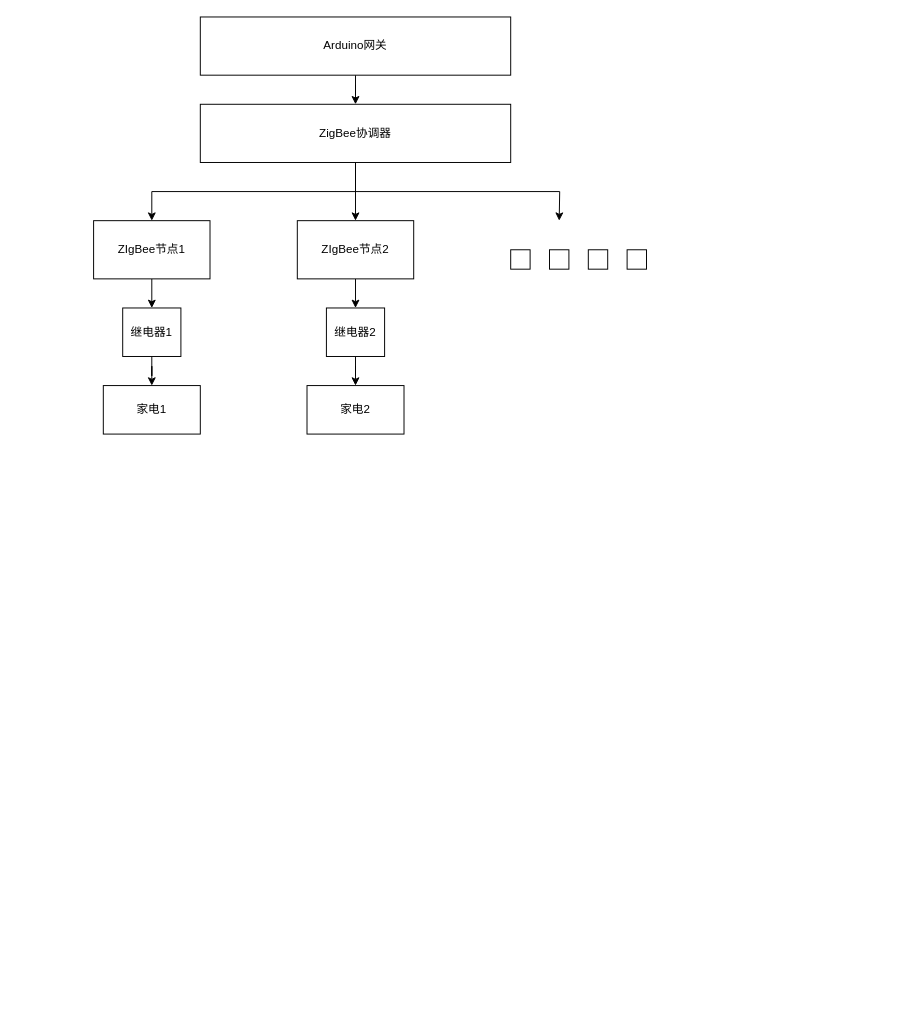
The draw.io diagram 我的硬件图.drawio in specychicken/drawIO2, before the edit. Source tidied: cells renumbered, new cells numbered last; positions are measured from the earlier drawing's top-left corner, leaving out a move shared by most shapes. Both pictures are drawn from the tidied source at 97%, with x=0, y=0 at pixel (93, 16).
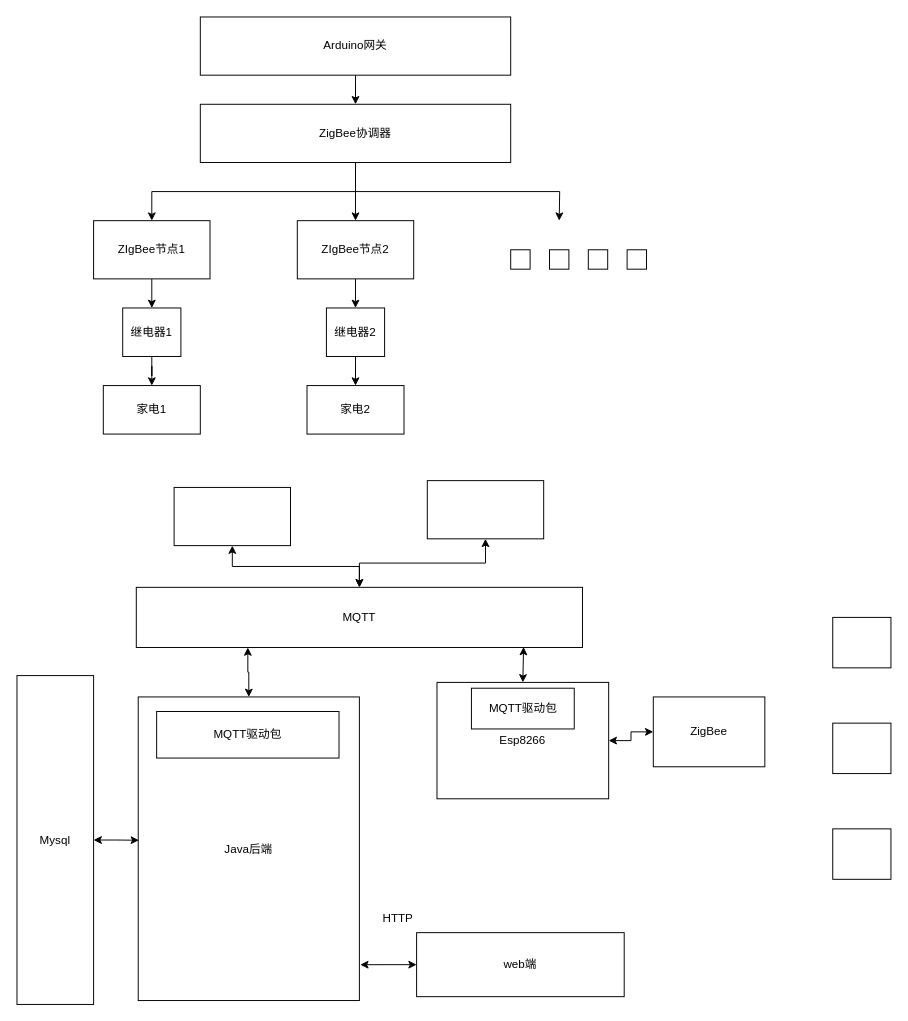
After the change.

Commit message:
更新我的硬件图.drawio

What changed in the source:
```diff
@@
+    <mxCell id="22" value="Java后端" style="rounded=0;whiteSpace=wrap;html=1;" parent="1" vertex="1">
+      <mxGeometry x="46" y="701" width="228" height="313" as="geometry" />
+    </mxCell>
+    <mxCell id="23" style="edgeStyle=orthogonalEdgeStyle;rounded=0;jettySize=auto;html=1;exitX=0.25;exitY=1;exitDx=0;exitDy=0;entryX=0.5;entryY=0;entryDx=0;entryDy=0;startArrow=classic;startFill=1;" parent="1" edge="1" source="24" target="22">
+      <mxGeometry relative="1" as="geometry" />
+    </mxCell>
+    <mxCell id="24" value="MQTT" style="rounded=0;whiteSpace=wrap;html=1;" parent="1" vertex="1">
+      <mxGeometry x="44" y="588" width="460" height="62" as="geometry" />
+    </mxCell>
+    <mxCell id="25" style="edgeStyle=orthogonalEdgeStyle;rounded=0;jettySize=auto;html=1;exitX=0;exitY=0.5;exitDx=0;exitDy=0;entryX=1.004;entryY=0.882;entryDx=0;entryDy=0;entryPerimeter=0;startArrow=classic;startFill=1;" parent="1" edge="1" source="26" target="22">
+      <mxGeometry relative="1" as="geometry" />
+    </mxCell>
+    <mxCell id="26" value="web端" style="rounded=0;whiteSpace=wrap;html=1;" parent="1" vertex="1">
+      <mxGeometry x="333" y="944" width="214" height="66" as="geometry" />
+    </mxCell>
+    <mxCell id="27" style="edgeStyle=orthogonalEdgeStyle;rounded=0;jettySize=auto;html=1;exitX=0.5;exitY=0;exitDx=0;exitDy=0;entryX=0.868;entryY=0.992;entryDx=0;entryDy=0;entryPerimeter=0;startArrow=classic;startFill=1;" parent="1" edge="1" source="29" target="24">
+      <mxGeometry relative="1" as="geometry" />
+    </mxCell>
+    <mxCell id="28" style="edgeStyle=orthogonalEdgeStyle;rounded=0;jettySize=auto;html=1;exitX=1;exitY=0.5;exitDx=0;exitDy=0;entryX=0;entryY=0.5;entryDx=0;entryDy=0;startArrow=classic;startFill=1;" parent="1" edge="1" source="29" target="39">
+      <mxGeometry relative="1" as="geometry" />
+    </mxCell>
+    <mxCell id="29" value="Esp8266" style="rounded=0;whiteSpace=wrap;html=1;" parent="1" vertex="1">
+      <mxGeometry x="354" y="686" width="177" height="120" as="geometry" />
+    </mxCell>
+    <mxCell id="30" style="edgeStyle=orthogonalEdgeStyle;rounded=0;jettySize=auto;html=1;exitX=1;exitY=0.5;exitDx=0;exitDy=0;entryX=0.003;entryY=0.472;entryDx=0;entryDy=0;entryPerimeter=0;startArrow=classic;startFill=1;" parent="1" edge="1" source="31" target="22">
+      <mxGeometry relative="1" as="geometry" />
+    </mxCell>
+    <mxCell id="31" value="Mysql" style="rounded=0;whiteSpace=wrap;html=1;" parent="1" vertex="1">
+      <mxGeometry x="-79" y="679" width="79" height="339" as="geometry" />
+    </mxCell>
+    <mxCell id="32" value="MQTT驱动包" style="rounded=0;whiteSpace=wrap;html=1;" parent="1" vertex="1">
+      <mxGeometry x="65" y="716" width="188" height="48" as="geometry" />
+    </mxCell>
+    <mxCell id="33" value="MQTT驱动包" style="rounded=0;whiteSpace=wrap;html=1;" parent="1" vertex="1">
+      <mxGeometry x="389.5" y="692" width="106" height="42" as="geometry" />
+    </mxCell>
+    <mxCell id="34" value="HTTP" style="text;html=1;strokeColor=none;fillColor=none;align=center;verticalAlign=middle;whiteSpace=wrap;rounded=0;" parent="1" vertex="1">
+      <mxGeometry x="284" y="914" width="60" height="30" as="geometry" />
+    </mxCell>
+    <mxCell id="35" style="edgeStyle=orthogonalEdgeStyle;rounded=0;jettySize=auto;html=1;exitX=0.5;exitY=1;exitDx=0;exitDy=0;entryX=0.5;entryY=0;entryDx=0;entryDy=0;startArrow=classic;startFill=1;" parent="1" edge="1" source="36" target="24">
+      <mxGeometry relative="1" as="geometry" />
+    </mxCell>
+    <mxCell id="36" style="rounded=0;whiteSpace=wrap;html=1;" parent="1" vertex="1">
+      <mxGeometry x="83" y="485" width="120" height="60" as="geometry" />
+    </mxCell>
+    <mxCell id="37" style="edgeStyle=orthogonalEdgeStyle;rounded=0;jettySize=auto;html=1;exitX=0.5;exitY=1;exitDx=0;exitDy=0;startArrow=classic;startFill=1;" parent="1" edge="1" source="38" target="24">
+      <mxGeometry relative="1" as="geometry" />
+    </mxCell>
+    <mxCell id="38" style="rounded=0;whiteSpace=wrap;html=1;" parent="1" vertex="1">
+      <mxGeometry x="344" y="478" width="120" height="60" as="geometry" />
+    </mxCell>
+    <mxCell id="39" value="ZigBee" style="rounded=0;whiteSpace=wrap;html=1;" parent="1" vertex="1">
+      <mxGeometry x="577" y="701" width="115" height="72" as="geometry" />
+    </mxCell>
+    <mxCell id="40" style="rounded=0;whiteSpace=wrap;html=1;" parent="1" vertex="1">
+      <mxGeometry x="762" y="619" width="60" height="52" as="geometry" />
+    </mxCell>
+    <mxCell id="41" style="rounded=0;whiteSpace=wrap;html=1;" parent="1" vertex="1">
+      <mxGeometry x="762" y="728" width="60" height="52" as="geometry" />
+    </mxCell>
+    <mxCell id="42" style="rounded=0;whiteSpace=wrap;html=1;" parent="1" vertex="1">
+      <mxGeometry x="762" y="837" width="60" height="52" as="geometry" />
+    </mxCell>
```
